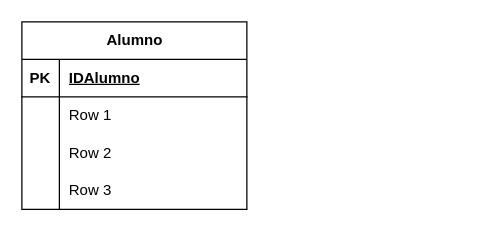
This is segundo ejercicio normalizacion.drawio from Mundrack/Base-de-datos, a draw.io file, before an edit. Source tidied: cells renumbered, new cells numbered last; positions are measured from the earlier drawing's top-left corner, leaving out a move shared by most shapes. Both pictures are drawn from the tidied source at 125%, with x=0, y=0 at pixel (21, 21).
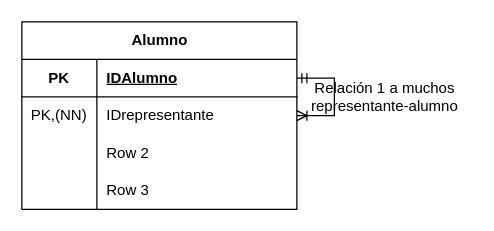
The same page after the edit.

What changed in the source:
```diff
@@
 <mxGraphModel>
   <root>
     <mxCell id="0" />
     <mxCell id="1" parent="0" />
     <mxCell id="2" value="Alumno" style="shape=table;startSize=30;childLayout=tableLayout;rowLines=0;fontStyle=1;align=center;html=1;" parent="1" vertex="1">
-      <mxGeometry width="180" height="150" as="geometry" />
+      <mxGeometry width="220" height="150" as="geometry" />
     </mxCell>
     <mxCell id="3" style="shape=tableRow;horizontal=0;startSize=0;swimlaneHead=0;swimlaneBody=0;fillColor=none;points=[[0,0.5],[1,0.5]];portConstraint=eastwest;top=0;left=0;right=0;bottom=1;" parent="2" vertex="1">
-      <mxGeometry y="30" width="180" height="30" as="geometry" />
+      <mxGeometry y="30" width="220" height="30" as="geometry" />
     </mxCell>
     <mxCell id="4" value="PK" style="shape=partialRectangle;fillColor=none;top=0;left=0;bottom=0;right=0;fontStyle=1;overflow=hidden;whiteSpace=wrap;html=1;" parent="3" vertex="1">
-      <mxGeometry width="30" height="30" as="geometry" />
+      <mxGeometry width="60" height="30" as="geometry" />
     </mxCell>
     <mxCell id="5" value="IDAlumno" style="shape=partialRectangle;fillColor=none;top=0;left=0;bottom=0;right=0;align=left;spacingLeft=6;fontStyle=5;overflow=hidden;whiteSpace=wrap;html=1;" parent="3" vertex="1">
-      <mxGeometry x="30" width="150" height="30" as="geometry" />
+      <mxGeometry x="60" width="160" height="30" as="geometry" />
     </mxCell>
     <mxCell id="6" style="shape=tableRow;horizontal=0;startSize=0;swimlaneHead=0;swimlaneBody=0;fillColor=none;points=[[0,0.5],[1,0.5]];portConstraint=eastwest;top=0;left=0;right=0;bottom=0;" parent="2" vertex="1">
-      <mxGeometry y="60" width="180" height="30" as="geometry" />
+      <mxGeometry y="60" width="220" height="30" as="geometry" />
     </mxCell>
-    <mxCell id="7" style="shape=partialRectangle;fillColor=none;top=0;left=0;bottom=0;right=0;overflow=hidden;whiteSpace=wrap;html=1;" parent="6" vertex="1">
-      <mxGeometry width="30" height="30" as="geometry" />
+    <mxCell id="7" value="PK,(NN)" style="shape=partialRectangle;fillColor=none;top=0;left=0;bottom=0;right=0;overflow=hidden;whiteSpace=wrap;html=1;" parent="6" vertex="1">
+      <mxGeometry width="60" height="30" as="geometry" />
     </mxCell>
-    <mxCell id="8" value="Row 1" style="shape=partialRectangle;fillColor=none;top=0;left=0;bottom=0;right=0;align=left;spacingLeft=6;overflow=hidden;whiteSpace=wrap;html=1;" parent="6" vertex="1">
-      <mxGeometry x="30" width="150" height="30" as="geometry" />
+    <mxCell id="8" value="IDrepresentante" style="shape=partialRectangle;fillColor=none;top=0;left=0;bottom=0;right=0;align=left;spacingLeft=6;overflow=hidden;whiteSpace=wrap;html=1;" parent="6" vertex="1">
+      <mxGeometry x="60" width="160" height="30" as="geometry" />
     </mxCell>
     <mxCell id="9" style="shape=tableRow;horizontal=0;startSize=0;swimlaneHead=0;swimlaneBody=0;fillColor=none;top=0;left=0;right=0;bottom=0;" parent="2" vertex="1">
-      <mxGeometry y="90" width="180" height="30" as="geometry" />
+      <mxGeometry y="90" width="220" height="30" as="geometry" />
     </mxCell>
     <mxCell id="10" style="shape=partialRectangle;fillColor=none;top=0;left=0;bottom=0;right=0;overflow=hidden;whiteSpace=wrap;html=1;" parent="9" vertex="1">
-      <mxGeometry width="30" height="30" as="geometry" />
+      <mxGeometry width="60" height="30" as="geometry" />
     </mxCell>
     <mxCell id="11" value="Row 2" style="shape=partialRectangle;fillColor=none;top=0;left=0;bottom=0;right=0;align=left;spacingLeft=6;overflow=hidden;whiteSpace=wrap;html=1;" parent="9" vertex="1">
-      <mxGeometry x="30" width="150" height="30" as="geometry" />
+      <mxGeometry x="60" width="160" height="30" as="geometry" />
     </mxCell>
     <mxCell id="12" style="shape=tableRow;horizontal=0;startSize=0;swimlaneHead=0;swimlaneBody=0;fillColor=none;top=0;left=0;right=0;bottom=0;" parent="2" vertex="1">
-      <mxGeometry y="120" width="180" height="30" as="geometry" />
+      <mxGeometry y="120" width="220" height="30" as="geometry" />
     </mxCell>
     <mxCell id="13" style="shape=partialRectangle;fillColor=none;top=0;left=0;bottom=0;right=0;overflow=hidden;whiteSpace=wrap;html=1;" parent="12" vertex="1">
-      <mxGeometry width="30" height="30" as="geometry" />
+      <mxGeometry width="60" height="30" as="geometry" />
     </mxCell>
     <mxCell id="14" value="Row 3" style="shape=partialRectangle;fillColor=none;top=0;left=0;bottom=0;right=0;align=left;spacingLeft=6;overflow=hidden;whiteSpace=wrap;html=1;" parent="12" vertex="1">
-      <mxGeometry x="30" width="150" height="30" as="geometry" />
+      <mxGeometry x="60" width="160" height="30" as="geometry" />
     </mxCell>
+    <mxCell id="15" style="edgeStyle=entityRelationEdgeStyle;fontSize=12;html=1;endArrow=ERoneToMany;startArrow=ERmandOne;rounded=0;entryX=1;entryY=0.5;entryDx=0;entryDy=0;exitX=1;exitY=0.5;exitDx=0;exitDy=0;" parent="2" edge="1" source="3" target="6">
+      <mxGeometry relative="1" as="geometry" />
+    </mxCell>
+    <mxCell id="16" value="Relación 1 a muchos&lt;div&gt;representante-alumno&lt;/div&gt;" style="text;html=1;align=center;verticalAlign=middle;strokeColor=none;fillColor=none;" parent="1" vertex="1">
+      <mxGeometry x="220" y="40" width="140" height="40" as="geometry" />
+    </mxCell>
   </root>
 </mxGraphModel>
```
